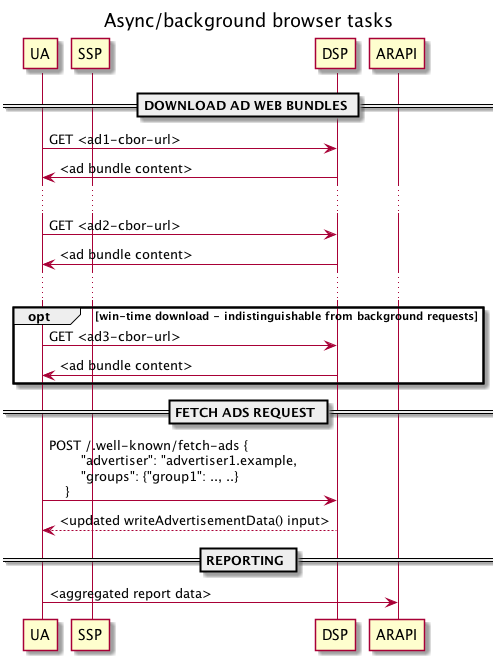
This is assets/TERN/img/2_background.png from WICG/turtledove, a PlantUML export, as it was before one commit. Its source is kept beside it as assets/TERN/2_background.plantuml.
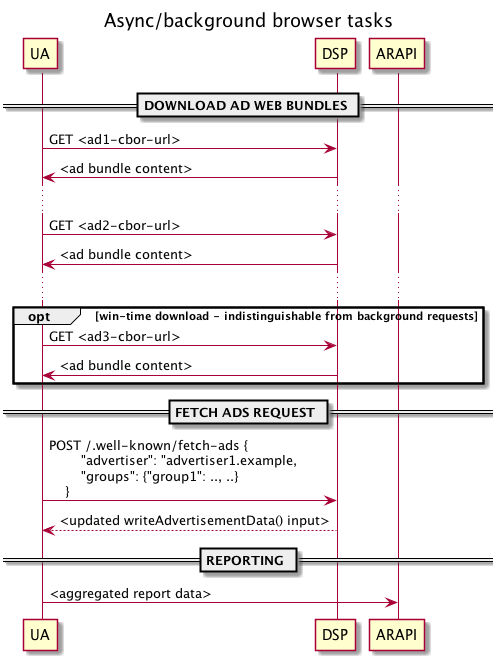
After the commit.

Commit message:
fix background tasks diagram (remove SSP actor)

What changed in the source:
```diff
@@ -3,7 +3,6 @@
 title Async/background browser tasks
 
 participant "UA" as ua
-participant "SSP" as ssp
 participant "DSP" as dsp
 participant "ARAPI" as arapi
 
```
